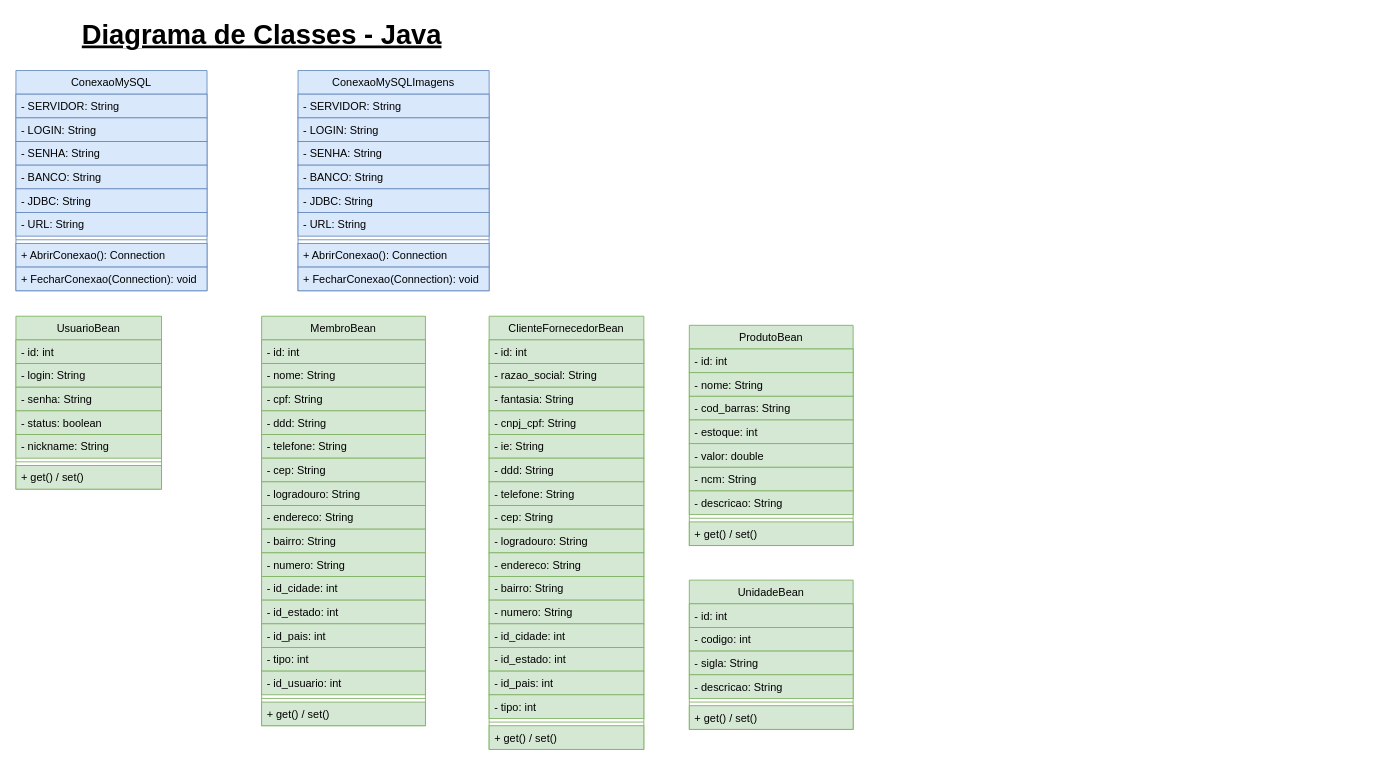
The draw.io diagram APS - Diagrama de Classes.drawio in CSFelix/UML, before the edit. Source tidied: cells renumbered, new cells numbered last; positions are measured from the earlier drawing's top-left corner, leaving out a move shared by most shapes. Both pictures are drawn from the tidied source at 91%, with x=0, y=0 at pixel (15, 15).
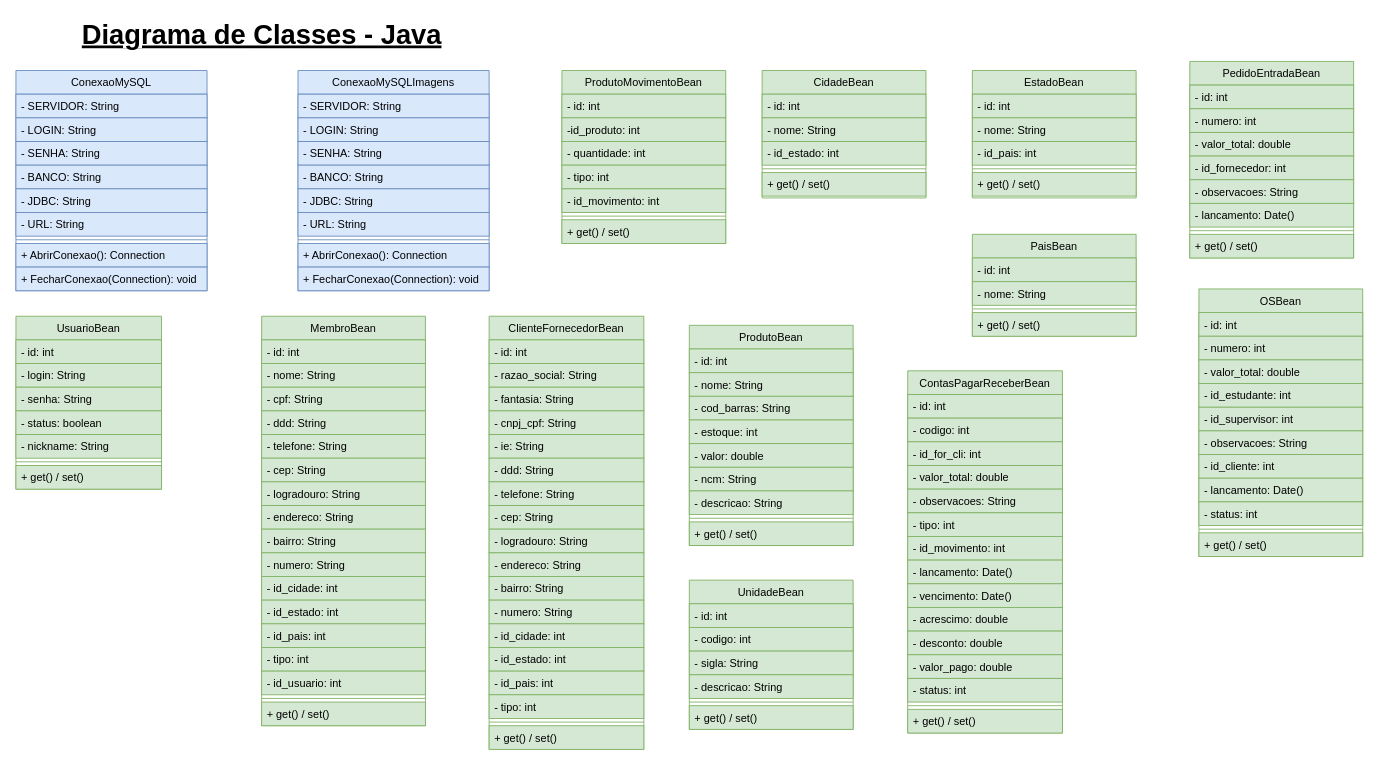
The same diagram, later.

Change to the diagram source:
```diff
@@
+    <mxCell id="85" value="ProdutoMovimentoBean" style="swimlane;fontStyle=0;align=center;verticalAlign=top;horizontal=1;startSize=26;rounded=0;shadow=0;strokeWidth=1;fillColor=#d5e8d4;strokeColor=#82b366;" parent="1" vertex="1">
+      <mxGeometry x="600" y="60" width="180" height="190" as="geometry" />
+    </mxCell>
+    <mxCell id="86" value="- id: int" style="text;align=left;verticalAlign=top;spacingLeft=4;spacingRight=4;overflow=hidden;fillColor=#d5e8d4;strokeColor=#82b366;" parent="85" vertex="1">
+      <mxGeometry y="26" width="180" height="26" as="geometry" />
+    </mxCell>
+    <mxCell id="87" value="-id_produto: int" style="text;align=left;verticalAlign=top;spacingLeft=4;spacingRight=4;overflow=hidden;rounded=0;shadow=0;html=0;fillColor=#d5e8d4;strokeColor=#82b366;" parent="85" vertex="1">
+      <mxGeometry y="52" width="180" height="26" as="geometry" />
+    </mxCell>
+    <mxCell id="88" value="- quantidade: int" style="text;align=left;verticalAlign=top;spacingLeft=4;spacingRight=4;overflow=hidden;rounded=0;shadow=0;html=0;fillColor=#d5e8d4;strokeColor=#82b366;" parent="85" vertex="1">
+      <mxGeometry y="78" width="180" height="26" as="geometry" />
+    </mxCell>
+    <mxCell id="89" value="- tipo: int" style="text;align=left;verticalAlign=top;spacingLeft=4;spacingRight=4;overflow=hidden;rounded=0;shadow=0;html=0;fillColor=#d5e8d4;strokeColor=#82b366;" parent="85" vertex="1">
+      <mxGeometry y="104" width="180" height="26" as="geometry" />
+    </mxCell>
+    <mxCell id="90" value="- id_movimento: int" style="text;align=left;verticalAlign=top;spacingLeft=4;spacingRight=4;overflow=hidden;rounded=0;shadow=0;html=0;fillColor=#d5e8d4;strokeColor=#82b366;" parent="85" vertex="1">
+      <mxGeometry y="130" width="180" height="26" as="geometry" />
+    </mxCell>
+    <mxCell id="91" style="line;html=1;strokeWidth=1;align=left;verticalAlign=middle;spacingTop=-1;spacingLeft=3;spacingRight=3;labelPosition=right;fillColor=#d5e8d4;strokeColor=#82b366;" parent="85" vertex="1">
+      <mxGeometry y="156" width="180" height="8" as="geometry" />
+    </mxCell>
+    <mxCell id="92" value="+ get() / set()" style="text;align=left;verticalAlign=top;spacingLeft=4;spacingRight=4;overflow=hidden;rounded=0;shadow=0;html=0;fillColor=#d5e8d4;strokeColor=#82b366;" parent="85" vertex="1">
+      <mxGeometry y="164" width="180" height="26" as="geometry" />
+    </mxCell>
+    <mxCell id="93" value="CidadeBean" style="swimlane;fontStyle=0;align=center;verticalAlign=top;horizontal=1;startSize=26;rounded=0;shadow=0;strokeWidth=1;fillColor=#d5e8d4;strokeColor=#82b366;" parent="1" vertex="1">
+      <mxGeometry x="820" y="60" width="180" height="140" as="geometry" />
+    </mxCell>
+    <mxCell id="94" value="- id: int" style="text;align=left;verticalAlign=top;spacingLeft=4;spacingRight=4;overflow=hidden;fillColor=#d5e8d4;strokeColor=#82b366;" parent="93" vertex="1">
+      <mxGeometry y="26" width="180" height="26" as="geometry" />
+    </mxCell>
+    <mxCell id="95" value="- nome: String" style="text;align=left;verticalAlign=top;spacingLeft=4;spacingRight=4;overflow=hidden;rounded=0;shadow=0;html=0;fillColor=#d5e8d4;strokeColor=#82b366;" parent="93" vertex="1">
+      <mxGeometry y="52" width="180" height="26" as="geometry" />
+    </mxCell>
+    <mxCell id="96" value="- id_estado: int" style="text;align=left;verticalAlign=top;spacingLeft=4;spacingRight=4;overflow=hidden;rounded=0;shadow=0;html=0;fillColor=#d5e8d4;strokeColor=#82b366;" parent="93" vertex="1">
+      <mxGeometry y="78" width="180" height="26" as="geometry" />
+    </mxCell>
+    <mxCell id="97" style="line;html=1;strokeWidth=1;align=left;verticalAlign=middle;spacingTop=-1;spacingLeft=3;spacingRight=3;labelPosition=right;fillColor=#d5e8d4;strokeColor=#82b366;" parent="93" vertex="1">
+      <mxGeometry y="104" width="180" height="8" as="geometry" />
+    </mxCell>
+    <mxCell id="98" value="+ get() / set()" style="text;align=left;verticalAlign=top;spacingLeft=4;spacingRight=4;overflow=hidden;rounded=0;shadow=0;html=0;fillColor=#d5e8d4;strokeColor=#82b366;" parent="93" vertex="1">
+      <mxGeometry y="112" width="180" height="26" as="geometry" />
+    </mxCell>
+    <mxCell id="99" value="EstadoBean" style="swimlane;fontStyle=0;align=center;verticalAlign=top;horizontal=1;startSize=26;rounded=0;shadow=0;strokeWidth=1;fillColor=#d5e8d4;strokeColor=#82b366;" parent="1" vertex="1">
+      <mxGeometry x="1051" y="60" width="180" height="140" as="geometry" />
+    </mxCell>
+    <mxCell id="100" value="- id: int" style="text;align=left;verticalAlign=top;spacingLeft=4;spacingRight=4;overflow=hidden;fillColor=#d5e8d4;strokeColor=#82b366;" parent="99" vertex="1">
+      <mxGeometry y="26" width="180" height="26" as="geometry" />
+    </mxCell>
+    <mxCell id="101" value="- nome: String" style="text;align=left;verticalAlign=top;spacingLeft=4;spacingRight=4;overflow=hidden;rounded=0;shadow=0;html=0;fillColor=#d5e8d4;strokeColor=#82b366;" parent="99" vertex="1">
+      <mxGeometry y="52" width="180" height="26" as="geometry" />
+    </mxCell>
+    <mxCell id="102" value="- id_pais: int" style="text;align=left;verticalAlign=top;spacingLeft=4;spacingRight=4;overflow=hidden;rounded=0;shadow=0;html=0;fillColor=#d5e8d4;strokeColor=#82b366;" parent="99" vertex="1">
+      <mxGeometry y="78" width="180" height="26" as="geometry" />
+    </mxCell>
+    <mxCell id="103" style="line;html=1;strokeWidth=1;align=left;verticalAlign=middle;spacingTop=-1;spacingLeft=3;spacingRight=3;labelPosition=right;fillColor=#d5e8d4;strokeColor=#82b366;" parent="99" vertex="1">
+      <mxGeometry y="104" width="180" height="8" as="geometry" />
+    </mxCell>
+    <mxCell id="104" value="+ get() / set()" style="text;align=left;verticalAlign=top;spacingLeft=4;spacingRight=4;overflow=hidden;rounded=0;shadow=0;html=0;fillColor=#d5e8d4;strokeColor=#82b366;" parent="99" vertex="1">
+      <mxGeometry y="112" width="180" height="26" as="geometry" />
+    </mxCell>
+    <mxCell id="105" value="PaisBean" style="swimlane;fontStyle=0;align=center;verticalAlign=top;horizontal=1;startSize=26;rounded=0;shadow=0;strokeWidth=1;fillColor=#d5e8d4;strokeColor=#82b366;" parent="1" vertex="1">
+      <mxGeometry x="1051" y="240" width="180" height="112" as="geometry" />
+    </mxCell>
+    <mxCell id="106" value="- id: int" style="text;align=left;verticalAlign=top;spacingLeft=4;spacingRight=4;overflow=hidden;fillColor=#d5e8d4;strokeColor=#82b366;" parent="105" vertex="1">
+      <mxGeometry y="26" width="180" height="26" as="geometry" />
+    </mxCell>
+    <mxCell id="107" value="- nome: String" style="text;align=left;verticalAlign=top;spacingLeft=4;spacingRight=4;overflow=hidden;rounded=0;shadow=0;html=0;fillColor=#d5e8d4;strokeColor=#82b366;" parent="105" vertex="1">
+      <mxGeometry y="52" width="180" height="26" as="geometry" />
+    </mxCell>
+    <mxCell id="108" style="line;html=1;strokeWidth=1;align=left;verticalAlign=middle;spacingTop=-1;spacingLeft=3;spacingRight=3;labelPosition=right;fillColor=#d5e8d4;strokeColor=#82b366;" parent="105" vertex="1">
+      <mxGeometry y="78" width="180" height="8" as="geometry" />
+    </mxCell>
+    <mxCell id="109" value="+ get() / set()" style="text;align=left;verticalAlign=top;spacingLeft=4;spacingRight=4;overflow=hidden;rounded=0;shadow=0;html=0;fillColor=#d5e8d4;strokeColor=#82b366;" parent="105" vertex="1">
+      <mxGeometry y="86" width="180" height="26" as="geometry" />
+    </mxCell>
+    <mxCell id="110" value="OSBean" style="swimlane;fontStyle=0;align=center;verticalAlign=top;horizontal=1;startSize=26;rounded=0;shadow=0;strokeWidth=1;fillColor=#d5e8d4;strokeColor=#82b366;" parent="1" vertex="1">
+      <mxGeometry x="1300" y="300" width="180" height="294" as="geometry" />
+    </mxCell>
+    <mxCell id="111" value="- id: int" style="text;align=left;verticalAlign=top;spacingLeft=4;spacingRight=4;overflow=hidden;fillColor=#d5e8d4;strokeColor=#82b366;" parent="110" vertex="1">
+      <mxGeometry y="26" width="180" height="26" as="geometry" />
+    </mxCell>
+    <mxCell id="112" value="- numero: int" style="text;align=left;verticalAlign=top;spacingLeft=4;spacingRight=4;overflow=hidden;rounded=0;shadow=0;html=0;fillColor=#d5e8d4;strokeColor=#82b366;" parent="110" vertex="1">
+      <mxGeometry y="52" width="180" height="26" as="geometry" />
+    </mxCell>
+    <mxCell id="113" value="- valor_total: double" style="text;align=left;verticalAlign=top;spacingLeft=4;spacingRight=4;overflow=hidden;rounded=0;shadow=0;html=0;fillColor=#d5e8d4;strokeColor=#82b366;" parent="110" vertex="1">
+      <mxGeometry y="78" width="180" height="26" as="geometry" />
+    </mxCell>
+    <mxCell id="114" value="- id_estudante: int" style="text;align=left;verticalAlign=top;spacingLeft=4;spacingRight=4;overflow=hidden;rounded=0;shadow=0;html=0;fillColor=#d5e8d4;strokeColor=#82b366;" parent="110" vertex="1">
+      <mxGeometry y="104" width="180" height="26" as="geometry" />
+    </mxCell>
+    <mxCell id="115" value="- id_supervisor: int" style="text;align=left;verticalAlign=top;spacingLeft=4;spacingRight=4;overflow=hidden;rounded=0;shadow=0;html=0;fillColor=#d5e8d4;strokeColor=#82b366;" parent="110" vertex="1">
+      <mxGeometry y="130" width="180" height="26" as="geometry" />
+    </mxCell>
+    <mxCell id="116" value="- observacoes: String" style="text;align=left;verticalAlign=top;spacingLeft=4;spacingRight=4;overflow=hidden;rounded=0;shadow=0;html=0;fillColor=#d5e8d4;strokeColor=#82b366;" parent="110" vertex="1">
+      <mxGeometry y="156" width="180" height="26" as="geometry" />
+    </mxCell>
+    <mxCell id="117" value="- id_cliente: int" style="text;align=left;verticalAlign=top;spacingLeft=4;spacingRight=4;overflow=hidden;rounded=0;shadow=0;html=0;fillColor=#d5e8d4;strokeColor=#82b366;" parent="110" vertex="1">
+      <mxGeometry y="182" width="180" height="26" as="geometry" />
+    </mxCell>
+    <mxCell id="118" value="- lancamento: Date()" style="text;align=left;verticalAlign=top;spacingLeft=4;spacingRight=4;overflow=hidden;rounded=0;shadow=0;html=0;fillColor=#d5e8d4;strokeColor=#82b366;" parent="110" vertex="1">
+      <mxGeometry y="208" width="180" height="26" as="geometry" />
+    </mxCell>
+    <mxCell id="119" value="- status: int" style="text;align=left;verticalAlign=top;spacingLeft=4;spacingRight=4;overflow=hidden;rounded=0;shadow=0;html=0;fillColor=#d5e8d4;strokeColor=#82b366;" parent="110" vertex="1">
+      <mxGeometry y="234" width="180" height="26" as="geometry" />
+    </mxCell>
+    <mxCell id="120" style="line;html=1;strokeWidth=1;align=left;verticalAlign=middle;spacingTop=-1;spacingLeft=3;spacingRight=3;labelPosition=right;fillColor=#d5e8d4;strokeColor=#82b366;" parent="110" vertex="1">
+      <mxGeometry y="260" width="180" height="8" as="geometry" />
+    </mxCell>
+    <mxCell id="121" value="+ get() / set()" style="text;align=left;verticalAlign=top;spacingLeft=4;spacingRight=4;overflow=hidden;rounded=0;shadow=0;html=0;fillColor=#d5e8d4;strokeColor=#82b366;" parent="110" vertex="1">
+      <mxGeometry y="268" width="180" height="26" as="geometry" />
+    </mxCell>
+    <mxCell id="122" value="PedidoEntradaBean" style="swimlane;fontStyle=0;align=center;verticalAlign=top;horizontal=1;startSize=26;rounded=0;shadow=0;strokeWidth=1;fillColor=#d5e8d4;strokeColor=#82b366;" parent="1" vertex="1">
+      <mxGeometry x="1290" y="50" width="180" height="216" as="geometry" />
+    </mxCell>
+    <mxCell id="123" value="- id: int" style="text;align=left;verticalAlign=top;spacingLeft=4;spacingRight=4;overflow=hidden;fillColor=#d5e8d4;strokeColor=#82b366;" parent="122" vertex="1">
+      <mxGeometry y="26" width="180" height="26" as="geometry" />
+    </mxCell>
+    <mxCell id="124" value="- numero: int" style="text;align=left;verticalAlign=top;spacingLeft=4;spacingRight=4;overflow=hidden;rounded=0;shadow=0;html=0;fillColor=#d5e8d4;strokeColor=#82b366;" parent="122" vertex="1">
+      <mxGeometry y="52" width="180" height="26" as="geometry" />
+    </mxCell>
+    <mxCell id="125" value="- valor_total: double" style="text;align=left;verticalAlign=top;spacingLeft=4;spacingRight=4;overflow=hidden;rounded=0;shadow=0;html=0;fillColor=#d5e8d4;strokeColor=#82b366;" parent="122" vertex="1">
+      <mxGeometry y="78" width="180" height="26" as="geometry" />
+    </mxCell>
+    <mxCell id="126" value="- id_fornecedor: int" style="text;align=left;verticalAlign=top;spacingLeft=4;spacingRight=4;overflow=hidden;rounded=0;shadow=0;html=0;fillColor=#d5e8d4;strokeColor=#82b366;" parent="122" vertex="1">
+      <mxGeometry y="104" width="180" height="26" as="geometry" />
+    </mxCell>
+    <mxCell id="127" value="- observacoes: String" style="text;align=left;verticalAlign=top;spacingLeft=4;spacingRight=4;overflow=hidden;rounded=0;shadow=0;html=0;fillColor=#d5e8d4;strokeColor=#82b366;" parent="122" vertex="1">
+      <mxGeometry y="130" width="180" height="26" as="geometry" />
+    </mxCell>
+    <mxCell id="128" value="- lancamento: Date()" style="text;align=left;verticalAlign=top;spacingLeft=4;spacingRight=4;overflow=hidden;rounded=0;shadow=0;html=0;fillColor=#d5e8d4;strokeColor=#82b366;" parent="122" vertex="1">
+      <mxGeometry y="156" width="180" height="26" as="geometry" />
+    </mxCell>
+    <mxCell id="129" style="line;html=1;strokeWidth=1;align=left;verticalAlign=middle;spacingTop=-1;spacingLeft=3;spacingRight=3;labelPosition=right;fillColor=#d5e8d4;strokeColor=#82b366;" parent="122" vertex="1">
+      <mxGeometry y="182" width="180" height="8" as="geometry" />
+    </mxCell>
+    <mxCell id="130" value="+ get() / set()" style="text;align=left;verticalAlign=top;spacingLeft=4;spacingRight=4;overflow=hidden;rounded=0;shadow=0;html=0;fillColor=#d5e8d4;strokeColor=#82b366;" parent="122" vertex="1">
+      <mxGeometry y="190" width="180" height="26" as="geometry" />
+    </mxCell>
+    <mxCell id="131" value="ContasPagarReceberBean" style="swimlane;fontStyle=0;align=center;verticalAlign=top;horizontal=1;startSize=26;rounded=0;shadow=0;strokeWidth=1;fillColor=#d5e8d4;strokeColor=#82b366;" parent="1" vertex="1">
+      <mxGeometry x="980" y="390" width="170" height="398" as="geometry" />
+    </mxCell>
+    <mxCell id="132" value="- id: int" style="text;align=left;verticalAlign=top;spacingLeft=4;spacingRight=4;overflow=hidden;fillColor=#d5e8d4;strokeColor=#82b366;" parent="131" vertex="1">
+      <mxGeometry y="26" width="170" height="26" as="geometry" />
+    </mxCell>
+    <mxCell id="133" value="- codigo: int" style="text;align=left;verticalAlign=top;spacingLeft=4;spacingRight=4;overflow=hidden;rounded=0;shadow=0;html=0;fillColor=#d5e8d4;strokeColor=#82b366;" parent="131" vertex="1">
+      <mxGeometry y="52" width="170" height="26" as="geometry" />
+    </mxCell>
+    <mxCell id="134" value="- id_for_cli: int" style="text;align=left;verticalAlign=top;spacingLeft=4;spacingRight=4;overflow=hidden;rounded=0;shadow=0;html=0;fillColor=#d5e8d4;strokeColor=#82b366;" parent="131" vertex="1">
+      <mxGeometry y="78" width="170" height="26" as="geometry" />
+    </mxCell>
+    <mxCell id="135" value="- valor_total: double" style="text;align=left;verticalAlign=top;spacingLeft=4;spacingRight=4;overflow=hidden;rounded=0;shadow=0;html=0;fillColor=#d5e8d4;strokeColor=#82b366;" parent="131" vertex="1">
+      <mxGeometry y="104" width="170" height="26" as="geometry" />
+    </mxCell>
+    <mxCell id="136" value="- observacoes: String" style="text;align=left;verticalAlign=top;spacingLeft=4;spacingRight=4;overflow=hidden;rounded=0;shadow=0;html=0;fillColor=#d5e8d4;strokeColor=#82b366;" parent="131" vertex="1">
+      <mxGeometry y="130" width="170" height="26" as="geometry" />
+    </mxCell>
+    <mxCell id="137" value="- tipo: int" style="text;align=left;verticalAlign=top;spacingLeft=4;spacingRight=4;overflow=hidden;rounded=0;shadow=0;html=0;fillColor=#d5e8d4;strokeColor=#82b366;" parent="131" vertex="1">
+      <mxGeometry y="156" width="170" height="26" as="geometry" />
+    </mxCell>
+    <mxCell id="138" value="- id_movimento: int" style="text;align=left;verticalAlign=top;spacingLeft=4;spacingRight=4;overflow=hidden;rounded=0;shadow=0;html=0;fillColor=#d5e8d4;strokeColor=#82b366;" parent="131" vertex="1">
+      <mxGeometry y="182" width="170" height="26" as="geometry" />
+    </mxCell>
+    <mxCell id="139" value="- lancamento: Date()" style="text;align=left;verticalAlign=top;spacingLeft=4;spacingRight=4;overflow=hidden;rounded=0;shadow=0;html=0;fillColor=#d5e8d4;strokeColor=#82b366;" parent="131" vertex="1">
+      <mxGeometry y="208" width="170" height="26" as="geometry" />
+    </mxCell>
+    <mxCell id="140" value="- vencimento: Date()" style="text;align=left;verticalAlign=top;spacingLeft=4;spacingRight=4;overflow=hidden;rounded=0;shadow=0;html=0;fillColor=#d5e8d4;strokeColor=#82b366;" parent="131" vertex="1">
+      <mxGeometry y="234" width="170" height="26" as="geometry" />
+    </mxCell>
+    <mxCell id="141" value="- acrescimo: double" style="text;align=left;verticalAlign=top;spacingLeft=4;spacingRight=4;overflow=hidden;rounded=0;shadow=0;html=0;fillColor=#d5e8d4;strokeColor=#82b366;" parent="131" vertex="1">
+      <mxGeometry y="260" width="170" height="26" as="geometry" />
+    </mxCell>
+    <mxCell id="142" value="- desconto: double" style="text;align=left;verticalAlign=top;spacingLeft=4;spacingRight=4;overflow=hidden;rounded=0;shadow=0;html=0;fillColor=#d5e8d4;strokeColor=#82b366;" parent="131" vertex="1">
+      <mxGeometry y="286" width="170" height="26" as="geometry" />
+    </mxCell>
+    <mxCell id="143" value="- valor_pago: double" style="text;align=left;verticalAlign=top;spacingLeft=4;spacingRight=4;overflow=hidden;rounded=0;shadow=0;html=0;fillColor=#d5e8d4;strokeColor=#82b366;" parent="131" vertex="1">
+      <mxGeometry y="312" width="170" height="26" as="geometry" />
+    </mxCell>
+    <mxCell id="144" value="- status: int" style="text;align=left;verticalAlign=top;spacingLeft=4;spacingRight=4;overflow=hidden;rounded=0;shadow=0;html=0;fillColor=#d5e8d4;strokeColor=#82b366;" parent="131" vertex="1">
+      <mxGeometry y="338" width="170" height="26" as="geometry" />
+    </mxCell>
+    <mxCell id="145" style="line;html=1;strokeWidth=1;align=left;verticalAlign=middle;spacingTop=-1;spacingLeft=3;spacingRight=3;labelPosition=right;fillColor=#d5e8d4;strokeColor=#82b366;" parent="131" vertex="1">
+      <mxGeometry y="364" width="170" height="8" as="geometry" />
+    </mxCell>
+    <mxCell id="146" value="+ get() / set()" style="text;align=left;verticalAlign=top;spacingLeft=4;spacingRight=4;overflow=hidden;rounded=0;shadow=0;html=0;fillColor=#d5e8d4;strokeColor=#82b366;" parent="131" vertex="1">
+      <mxGeometry y="372" width="170" height="26" as="geometry" />
+    </mxCell>
```
